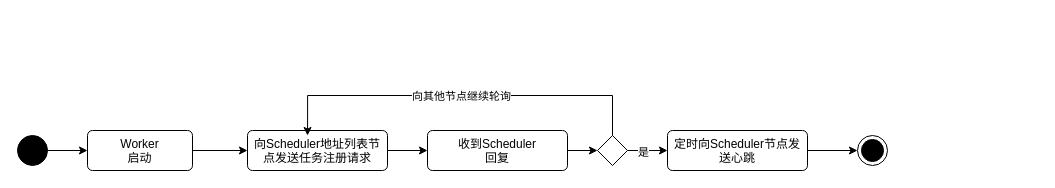
baimu7/homework keeps this draw.io diagram as page "第 3 页" (3 of 4) of 任务执行活动图.drawio. Above is the earlier version. Source tidied: cells renumbered, new cells numbered last; positions are measured from the earlier drawing's top-left corner, leaving out a move shared by most shapes. Both pictures are drawn from the tidied source at 100%, with x=0, y=0 at pixel (17, 95).
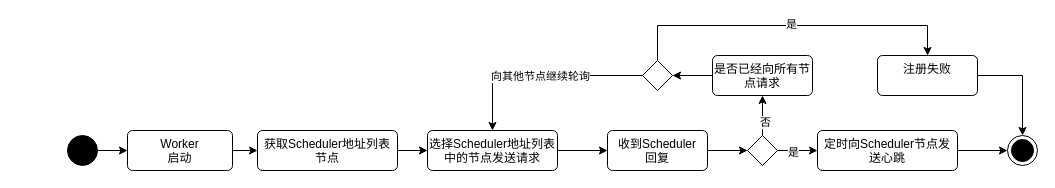
The same diagram, later.

Commit message:
更新任务执行活动图.drawio

Change to the diagram source:
```diff
@@
     <mxCell id="3" style="ellipse;fillColor=strokeColor;html=1;" parent="1" vertex="1">
-      <mxGeometry y="40" width="30" height="30" as="geometry" />
+      <mxGeometry x="50" y="40" width="30" height="30" as="geometry" />
     </mxCell>
@@
     <mxCell id="5" value="Worker&lt;br&gt;启动" style="html=1;align=center;verticalAlign=top;rounded=1;absoluteArcSize=1;arcSize=10;dashed=0;whiteSpace=wrap;" parent="1" vertex="1">
-      <mxGeometry x="70" y="35" width="105" height="40" as="geometry" />
+      <mxGeometry x="110" y="35" width="105" height="40" as="geometry" />
     </mxCell>
-    <mxCell id="6" style="edgeStyle=orthogonalEdgeStyle;rounded=0;jettySize=auto;html=1;" parent="1" edge="1" source="7" target="9">
-      <mxGeometry relative="1" as="geometry" />
+    <mxCell id="6" style="edgeStyle=orthogonalEdgeStyle;rounded=0;jettySize=auto;html=1;" parent="1" edge="1" source="7">
+      <mxGeometry relative="1" as="geometry">
+        <mxPoint x="410" y="55" as="targetPoint" />
+      </mxGeometry>
     </mxCell>
-    <mxCell id="7" value="向Scheduler地址列表节点发送任务注册请求" style="html=1;align=center;verticalAlign=top;rounded=1;absoluteArcSize=1;arcSize=10;dashed=0;whiteSpace=wrap;" parent="1" vertex="1">
-      <mxGeometry x="230" y="35" width="140" height="40" as="geometry" />
+    <mxCell id="7" value="获取Scheduler地址列表节点" style="html=1;align=center;verticalAlign=top;rounded=1;absoluteArcSize=1;arcSize=10;dashed=0;whiteSpace=wrap;" parent="1" vertex="1">
+      <mxGeometry x="240" y="35" width="140" height="40" as="geometry" />
     </mxCell>
@@
     <mxCell id="9" value="收到Scheduler&lt;br&gt;回复" style="html=1;align=center;verticalAlign=top;rounded=1;absoluteArcSize=1;arcSize=10;dashed=0;whiteSpace=wrap;" parent="1" vertex="1">
-      <mxGeometry x="410" y="35" width="140" height="40" as="geometry" />
+      <mxGeometry x="590" y="35" width="100" height="40" as="geometry" />
     </mxCell>
@@
     <mxCell id="11" value="定时向Scheduler节点发送心跳" style="html=1;align=center;verticalAlign=top;rounded=1;absoluteArcSize=1;arcSize=10;dashed=0;whiteSpace=wrap;" parent="1" vertex="1">
-      <mxGeometry x="650" y="35" width="140" height="40" as="geometry" />
+      <mxGeometry x="800" y="35" width="140" height="40" as="geometry" />
     </mxCell>
@@
-    <mxCell id="14" style="edgeStyle=orthogonalEdgeStyle;rounded=0;jettySize=auto;html=1;entryX=0.429;entryY=0.125;entryDx=0;entryDy=0;entryPerimeter=0;" parent="1" edge="1" source="16" target="7">
+    <mxCell id="14" style="edgeStyle=orthogonalEdgeStyle;rounded=0;jettySize=auto;html=1;entryX=0.5;entryY=0;entryDx=0;entryDy=0;exitX=0;exitY=0.5;exitDx=0;exitDy=0;" parent="1" edge="1" source="28" target="21">
       <mxGeometry relative="1" as="geometry">
         <Array as="points">
-          <mxPoint x="595" />
-          <mxPoint x="290" />
+          <mxPoint x="475" y="-20" />
         </Array>
       </mxGeometry>
     </mxCell>
@@
+    <mxCell id="18" style="edgeStyle=orthogonalEdgeStyle;rounded=0;jettySize=auto;html=1;" parent="1" edge="1" source="16" target="23">
+      <mxGeometry relative="1" as="geometry" />
+    </mxCell>
+    <mxCell id="19" value="否" style="edgeLabel;html=1;align=center;verticalAlign=middle;" parent="18" vertex="1">
+      <mxGeometry x="-0.3" y="-2" relative="1" as="geometry" />
+    </mxCell>
     <mxCell id="16" style="rhombus;" parent="1" vertex="1">
-      <mxGeometry x="580" y="40" width="30" height="30" as="geometry" />
+      <mxGeometry x="730" y="40" width="30" height="30" as="geometry" />
     </mxCell>
     <mxCell id="17" style="ellipse;html=1;shape=endState;fillColor=strokeColor;" parent="1" vertex="1">
-      <mxGeometry x="840" y="40" width="30" height="30" as="geometry" />
+      <mxGeometry x="990" y="40" width="30" height="30" as="geometry" />
     </mxCell>
+    <mxCell id="20" style="edgeStyle=orthogonalEdgeStyle;rounded=0;jettySize=auto;html=1;" parent="1" edge="1" source="21" target="9">
+      <mxGeometry relative="1" as="geometry" />
+    </mxCell>
+    <mxCell id="21" value="选择Scheduler地址列表中的节点发送请求" style="html=1;align=center;verticalAlign=top;rounded=1;absoluteArcSize=1;arcSize=10;dashed=0;whiteSpace=wrap;" parent="1" vertex="1">
+      <mxGeometry x="410" y="35" width="130" height="40" as="geometry" />
+    </mxCell>
+    <mxCell id="22" style="edgeStyle=orthogonalEdgeStyle;rounded=0;jettySize=auto;html=1;" parent="1" edge="1" source="23" target="28">
+      <mxGeometry relative="1" as="geometry" />
+    </mxCell>
+    <mxCell id="23" value="是否已经向所有节点请求" style="html=1;align=center;verticalAlign=top;rounded=1;absoluteArcSize=1;arcSize=10;dashed=0;whiteSpace=wrap;" parent="1" vertex="1">
+      <mxGeometry x="695" y="-40" width="100" height="40" as="geometry" />
+    </mxCell>
+    <mxCell id="24" style="edgeStyle=orthogonalEdgeStyle;rounded=0;jettySize=auto;html=1;" parent="1" edge="1" source="25" target="17">
+      <mxGeometry relative="1" as="geometry" />
+    </mxCell>
+    <mxCell id="25" value="注册失败" style="html=1;align=center;verticalAlign=top;rounded=1;absoluteArcSize=1;arcSize=10;dashed=0;whiteSpace=wrap;" parent="1" vertex="1">
+      <mxGeometry x="860" y="-40" width="100" height="40" as="geometry" />
+    </mxCell>
+    <mxCell id="26" style="edgeStyle=orthogonalEdgeStyle;rounded=0;jettySize=auto;html=1;" parent="1" edge="1" source="28" target="25">
+      <mxGeometry relative="1" as="geometry">
+        <Array as="points">
+          <mxPoint x="640" y="-70" />
+          <mxPoint x="910" y="-70" />
+        </Array>
+      </mxGeometry>
+    </mxCell>
+    <mxCell id="27" value="是" style="edgeLabel;html=1;align=center;verticalAlign=middle;" parent="26" vertex="1">
+      <mxGeometry y="2" relative="1" as="geometry" />
+    </mxCell>
+    <mxCell id="28" style="rhombus;" parent="1" vertex="1">
+      <mxGeometry x="625" y="-35" width="30" height="30" as="geometry" />
+    </mxCell>
```
